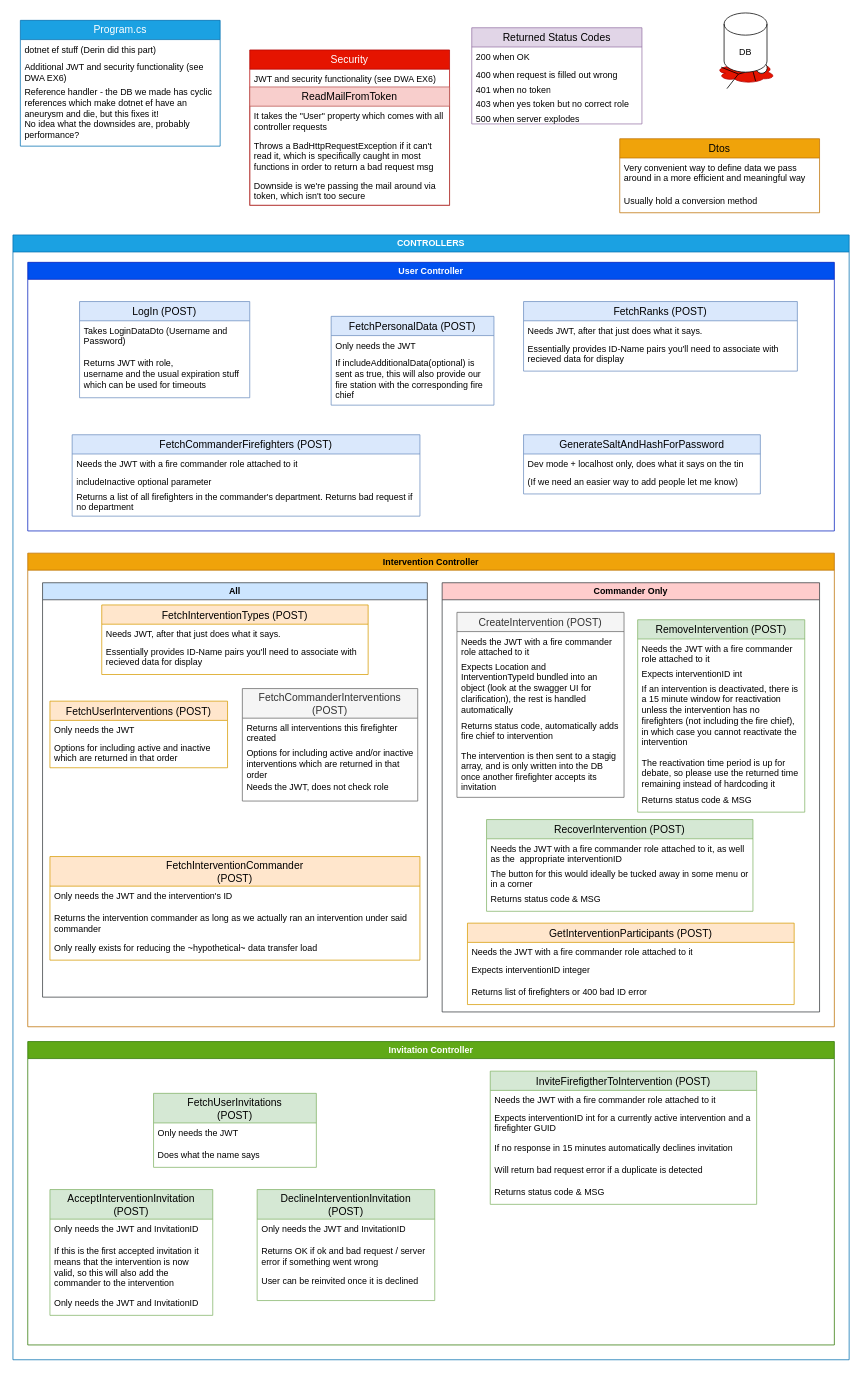
Above: API/API_MAP_v2.drawio in Team561/FIS-API (draw.io), before the change. Source tidied: cells renumbered, new cells numbered last; positions are measured from the earlier drawing's top-left corner, leaving out a move shared by most shapes. Both pictures are drawn from the tidied source at 74%, with x=0, y=0 at pixel (13, 13).
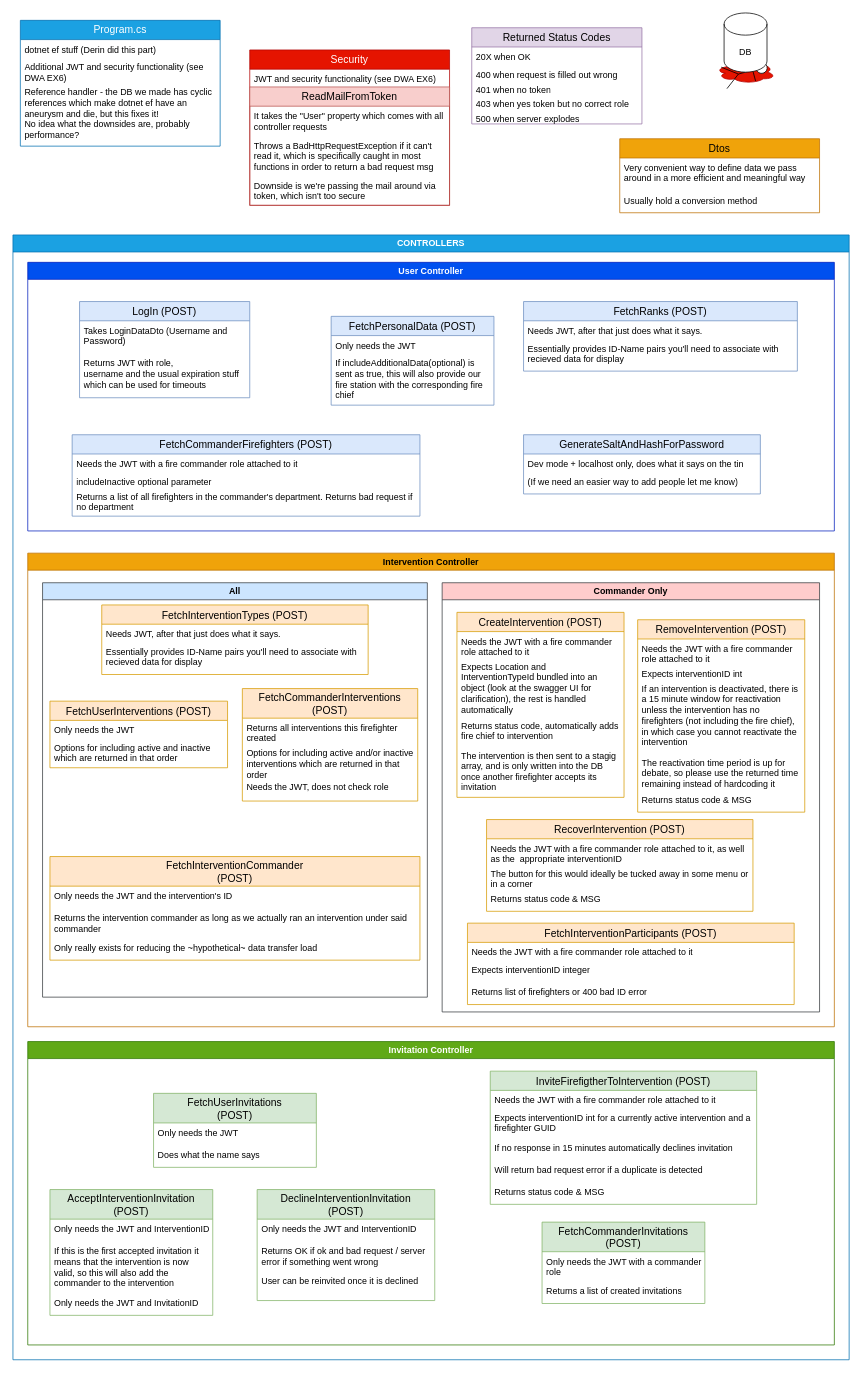
Above is the later version.

The change refers to these unchanged cells:
```xml
<mxCell id="20" value="All" style="swimlane;whiteSpace=wrap;html=1;fillColor=#cce5ff;strokeColor=#36393d;" parent="19" vertex="1">
  <mxGeometry x="20" y="40" width="520" height="560" as="geometry" />
</mxCell>
<mxCell id="35" value="Commander Only" style="swimlane;whiteSpace=wrap;html=1;fillColor=#ffcccc;strokeColor=#36393d;" parent="19" vertex="1">
  <mxGeometry x="560" y="40" width="510" height="580" as="geometry" />
</mxCell>
<mxCell id="72" value="Invitation Controller" style="swimlane;whiteSpace=wrap;html=1;fillColor=#60a917;fontColor=#ffffff;strokeColor=#2D7600;" parent="18" vertex="1">
  <mxGeometry x="20" y="1090" width="1090" height="410" as="geometry" />
</mxCell>
<mxCell id="76" value="DeclineInterventionInvitation&#10;(POST)" style="swimlane;fontStyle=0;horizontal=1;startSize=40;align=center;fontSize=14;fillColor=#d5e8d4;strokeColor=#82b366;" parent="72" vertex="1">
  <mxGeometry x="310" y="200" width="240" height="150" as="geometry" />
</mxCell>
<mxCell id="80" value="AcceptInterventionInvitation&#10;(POST)" style="swimlane;fontStyle=0;horizontal=1;startSize=40;align=center;fontSize=14;fillColor=#d5e8d4;strokeColor=#82b366;" parent="72" vertex="1">
  <mxGeometry x="30" y="200" width="220" height="170" as="geometry" />
</mxCell>
<mxCell id="90" value="Returned Status Codes" style="swimlane;fontStyle=0;horizontal=1;startSize=26;align=center;fontSize=14;whiteSpace=wrap;fillColor=#e1d5e7;strokeColor=#9673a6;" parent="1" vertex="1">
  <mxGeometry x="620" y="20" width="230" height="130" as="geometry" />
</mxCell>
```

The edit, as a diff of the source:
```diff
@@
-    <mxCell id="27" value="FetchCommanderInterventions&#10;(POST)" style="swimlane;fontStyle=0;horizontal=1;startSize=40;align=center;fontSize=14;fillColor=#f5f5f5;strokeColor=#666666;fontColor=#333333;" parent="20" vertex="1">
+    <mxCell id="27" value="FetchCommanderInterventions&#10;(POST)" style="swimlane;fontStyle=0;horizontal=1;startSize=40;align=center;fontSize=14;fillColor=#ffe6cc;strokeColor=#d79b00;" parent="20" vertex="1">
       <mxGeometry x="270" y="143" width="237" height="152" as="geometry" />
     </mxCell>
@@
-    <mxCell id="36" value="RemoveIntervention (POST)" style="swimlane;fontStyle=0;horizontal=1;startSize=26;align=center;fontSize=14;fillColor=#d5e8d4;strokeColor=#82b366;" parent="35" vertex="1">
+    <mxCell id="36" value="RemoveIntervention (POST)" style="swimlane;fontStyle=0;horizontal=1;startSize=26;align=center;fontSize=14;fillColor=#ffe6cc;strokeColor=#d79b00;" parent="35" vertex="1">
       <mxGeometry x="264.2" y="50" width="225.8" height="260" as="geometry" />
     </mxCell>
@@
-    <mxCell id="42" value="CreateIntervention (POST)" style="swimlane;fontStyle=0;horizontal=1;startSize=26;align=center;fontSize=14;fillColor=#f5f5f5;strokeColor=#666666;fontColor=#333333;" parent="35" vertex="1">
+    <mxCell id="42" value="CreateIntervention (POST)" style="swimlane;fontStyle=0;horizontal=1;startSize=26;align=center;fontSize=14;fillColor=#ffe6cc;strokeColor=#d79b00;" parent="35" vertex="1">
       <mxGeometry x="20" y="40" width="225.8" height="250" as="geometry" />
     </mxCell>
@@
-    <mxCell id="47" value="GetInterventionParticipants (POST)" style="swimlane;fontStyle=0;horizontal=1;startSize=26;align=center;fontSize=14;fillColor=#ffe6cc;strokeColor=#d79b00;" parent="35" vertex="1">
+    <mxCell id="47" value="FetchInterventionParticipants (POST)" style="swimlane;fontStyle=0;horizontal=1;startSize=26;align=center;fontSize=14;fillColor=#ffe6cc;strokeColor=#d79b00;" parent="35" vertex="1">
       <mxGeometry x="34.2" y="460" width="441.5" height="110" as="geometry" />
     </mxCell>
@@
-    <mxCell id="51" value="RecoverIntervention (POST)" style="swimlane;fontStyle=0;horizontal=1;startSize=26;align=center;fontSize=14;fillColor=#d5e8d4;strokeColor=#82b366;" parent="35" vertex="1">
+    <mxCell id="51" value="RecoverIntervention (POST)" style="swimlane;fontStyle=0;horizontal=1;startSize=26;align=center;fontSize=14;fillColor=#ffe6cc;strokeColor=#d79b00;" parent="35" vertex="1">
       <mxGeometry x="60" y="320" width="360" height="124" as="geometry" />
     </mxCell>
@@
-    <mxCell id="77" value="Only needs the JWT and InvitationID" style="text;strokeColor=none;fillColor=none;spacingLeft=4;spacingRight=4;overflow=hidden;fontSize=12;whiteSpace=wrap;" parent="76" vertex="1">
+    <mxCell id="77" value="Only needs the JWT and InterventionID" style="text;strokeColor=none;fillColor=none;spacingLeft=4;spacingRight=4;overflow=hidden;fontSize=12;whiteSpace=wrap;" parent="76" vertex="1">
       <mxGeometry y="40" width="240" height="30" as="geometry" />
     </mxCell>
@@
-    <mxCell id="81" value="Only needs the JWT and InvitationID" style="text;strokeColor=none;fillColor=none;spacingLeft=4;spacingRight=4;overflow=hidden;fontSize=12;whiteSpace=wrap;" parent="80" vertex="1">
+    <mxCell id="81" value="Only needs the JWT and InterventionID" style="text;strokeColor=none;fillColor=none;spacingLeft=4;spacingRight=4;overflow=hidden;fontSize=12;whiteSpace=wrap;" parent="80" vertex="1">
       <mxGeometry y="40" width="220" height="30" as="geometry" />
     </mxCell>
@@
+    <mxCell id="96" value="FetchCommanderInvitations&#10;(POST)" style="swimlane;fontStyle=0;horizontal=1;startSize=40;align=center;fontSize=14;fillColor=#d5e8d4;strokeColor=#82b366;" parent="72" vertex="1">
+      <mxGeometry x="695" y="244" width="220" height="110" as="geometry" />
+    </mxCell>
+    <mxCell id="97" value="Only needs the JWT with a commander role" style="text;strokeColor=none;fillColor=none;spacingLeft=4;spacingRight=4;overflow=hidden;fontSize=12;whiteSpace=wrap;" parent="96" vertex="1">
+      <mxGeometry y="40" width="220" height="40" as="geometry" />
+    </mxCell>
+    <mxCell id="98" value="Returns a list of created invitations" style="text;strokeColor=none;fillColor=none;spacingLeft=4;spacingRight=4;overflow=hidden;fontSize=12;whiteSpace=wrap;" parent="96" vertex="1">
+      <mxGeometry y="80" width="220" height="30" as="geometry" />
+    </mxCell>
@@
-    <mxCell id="91" value="200 when OK" style="text;strokeColor=none;fillColor=none;spacingLeft=4;spacingRight=4;overflow=hidden;fontSize=12;whiteSpace=wrap;" parent="90" vertex="1">
+    <mxCell id="91" value="20X when OK" style="text;strokeColor=none;fillColor=none;spacingLeft=4;spacingRight=4;overflow=hidden;fontSize=12;whiteSpace=wrap;" parent="90" vertex="1">
       <mxGeometry y="26" width="230" height="24" as="geometry" />
     </mxCell>
```
